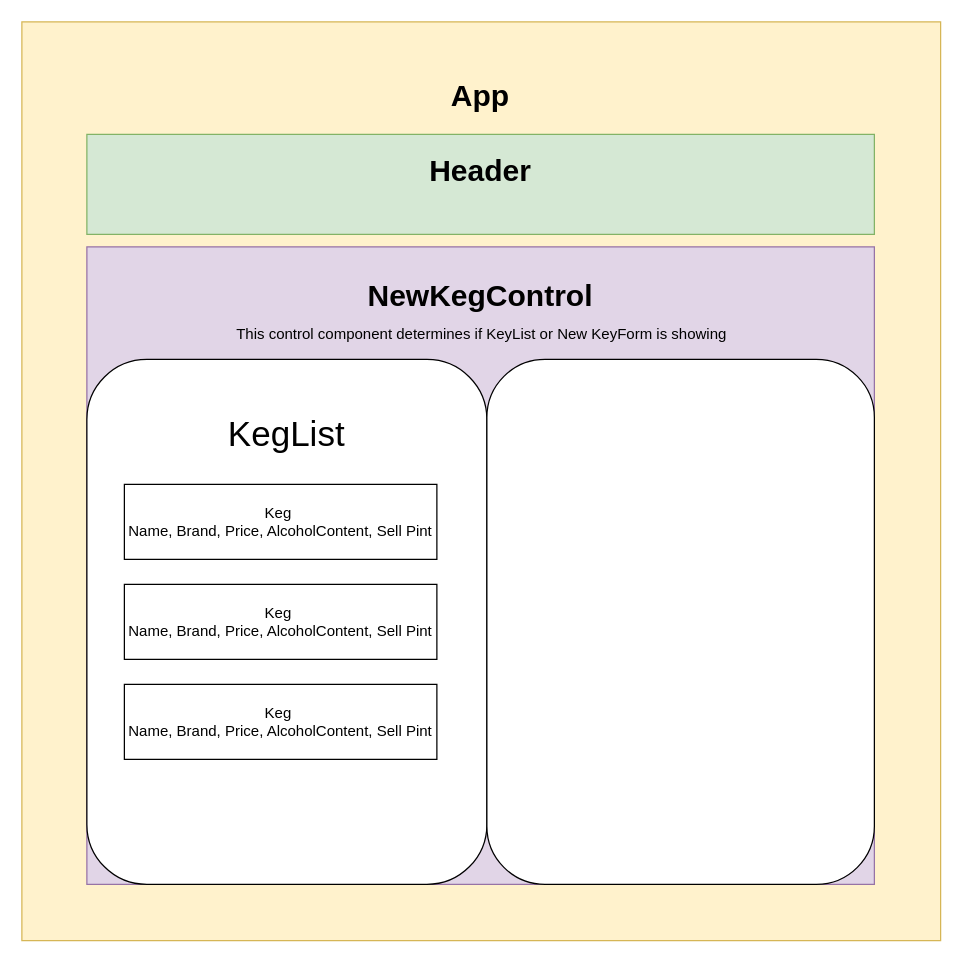
Earlier version of the draw.io diagram diagram.drawio (austinschrader/tap-room-redux). Source tidied: cells renumbered, new cells numbered last; positions are measured from the earlier drawing's top-left corner, leaving out a move shared by most shapes. Both pictures are drawn from the tidied source at 125%, with x=0, y=0 at pixel (21, 21).
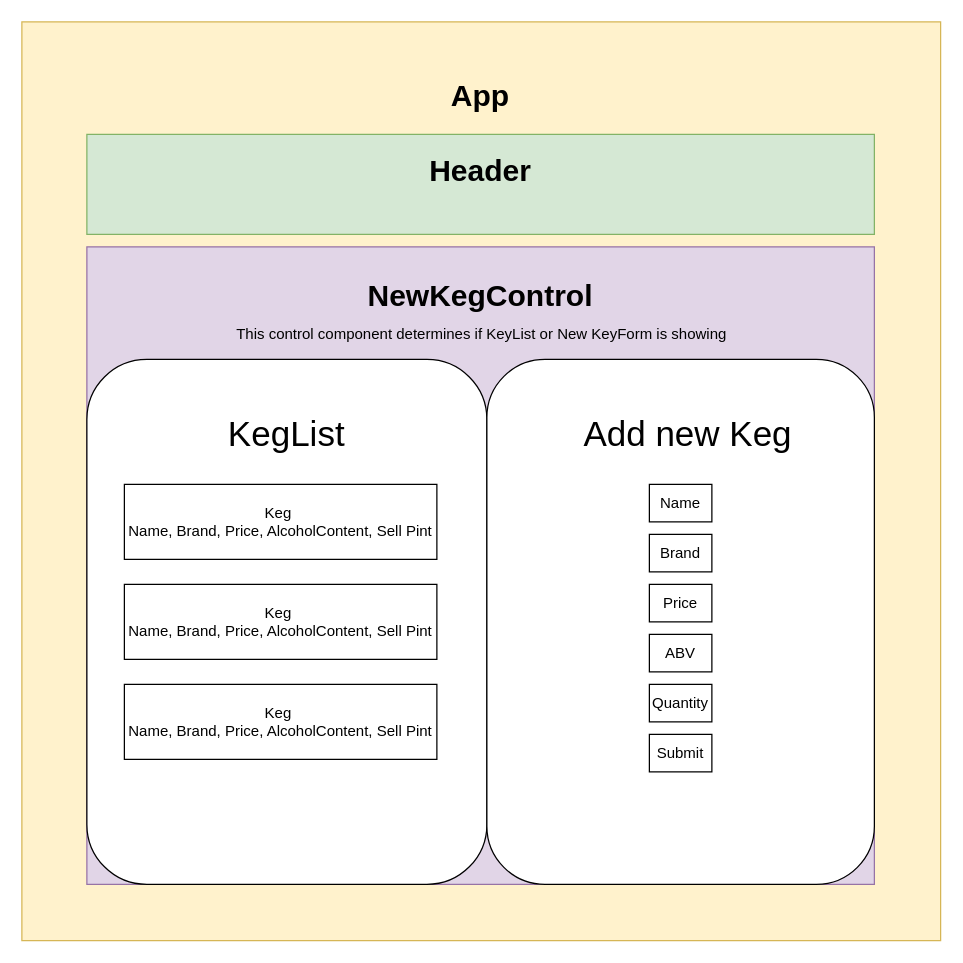
The same diagram, later.

Diff of the diagram source:
```diff
@@
+    <mxCell id="17" value="&lt;span style=&quot;font-size: 28px&quot;&gt;Add new Keg&lt;/span&gt;" style="text;html=1;strokeColor=none;fillColor=none;align=center;verticalAlign=middle;whiteSpace=wrap;rounded=0;" parent="1" vertex="1">
+      <mxGeometry x="422.5" y="320" width="220" height="20" as="geometry" />
+    </mxCell>
+    <mxCell id="18" value="Name" style="rounded=0;whiteSpace=wrap;html=1;" parent="1" vertex="1">
+      <mxGeometry x="502" y="370" width="50" height="30" as="geometry" />
+    </mxCell>
+    <mxCell id="19" value="Brand" style="rounded=0;whiteSpace=wrap;html=1;" parent="1" vertex="1">
+      <mxGeometry x="502" y="410" width="50" height="30" as="geometry" />
+    </mxCell>
+    <mxCell id="20" value="Price" style="rounded=0;whiteSpace=wrap;html=1;" parent="1" vertex="1">
+      <mxGeometry x="502" y="450" width="50" height="30" as="geometry" />
+    </mxCell>
+    <mxCell id="21" value="ABV" style="rounded=0;whiteSpace=wrap;html=1;" parent="1" vertex="1">
+      <mxGeometry x="502" y="490" width="50" height="30" as="geometry" />
+    </mxCell>
+    <mxCell id="22" value="Quantity" style="rounded=0;whiteSpace=wrap;html=1;" parent="1" vertex="1">
+      <mxGeometry x="502" y="530" width="50" height="30" as="geometry" />
+    </mxCell>
+    <mxCell id="23" value="Submit" style="rounded=0;whiteSpace=wrap;html=1;" parent="1" vertex="1">
+      <mxGeometry x="502" y="570" width="50" height="30" as="geometry" />
+    </mxCell>
```
